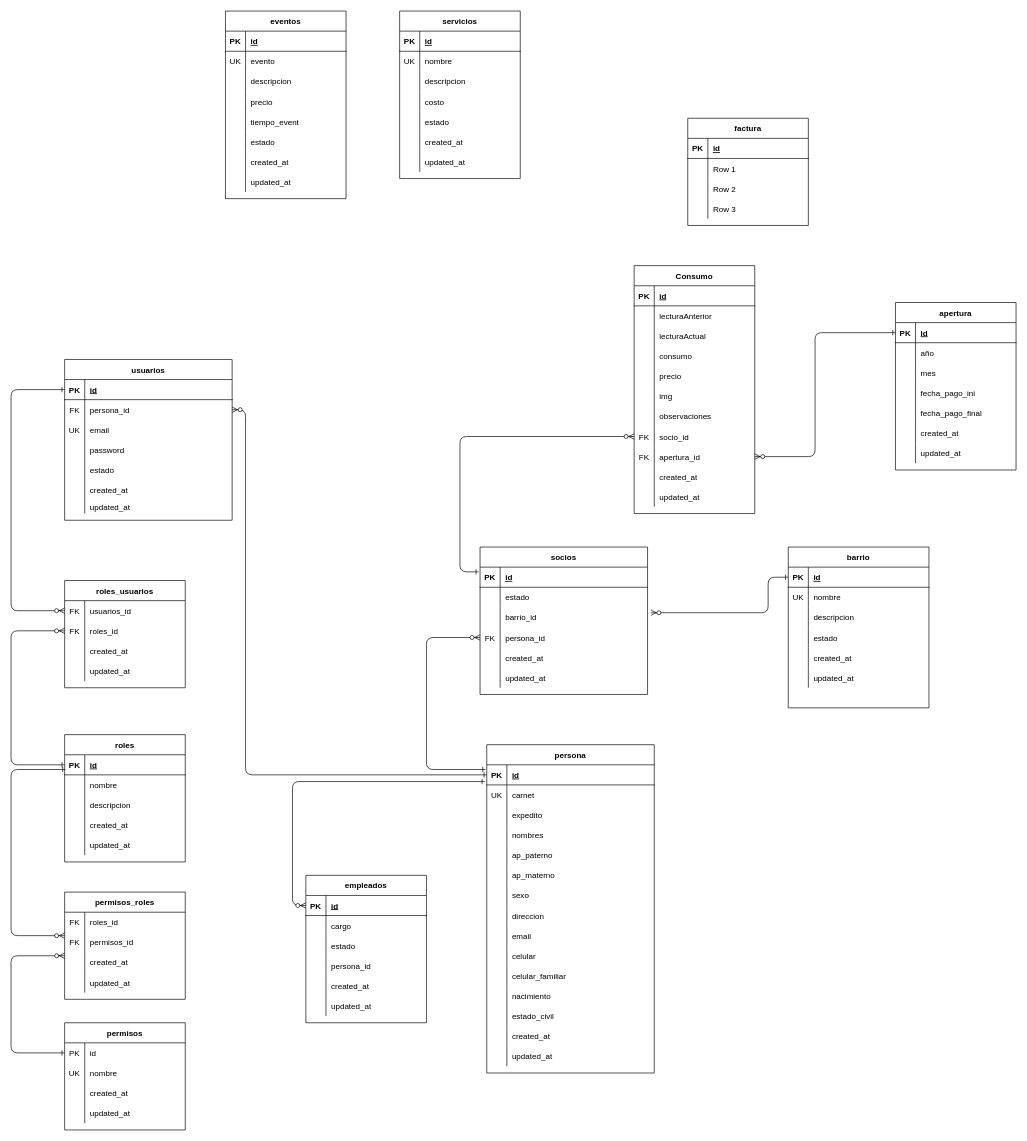
DavidSalinasPoma/backendaguapotable keeps this draw.io diagram as AguaPotable/aguapotable.drawio. Above is the earlier version. Source tidied: cells renumbered, new cells numbered last; positions are measured from the earlier drawing's top-left corner, leaving out a move shared by most shapes. Both pictures are drawn from the tidied source at 67%, with x=0, y=0 at pixel (-36, 11).
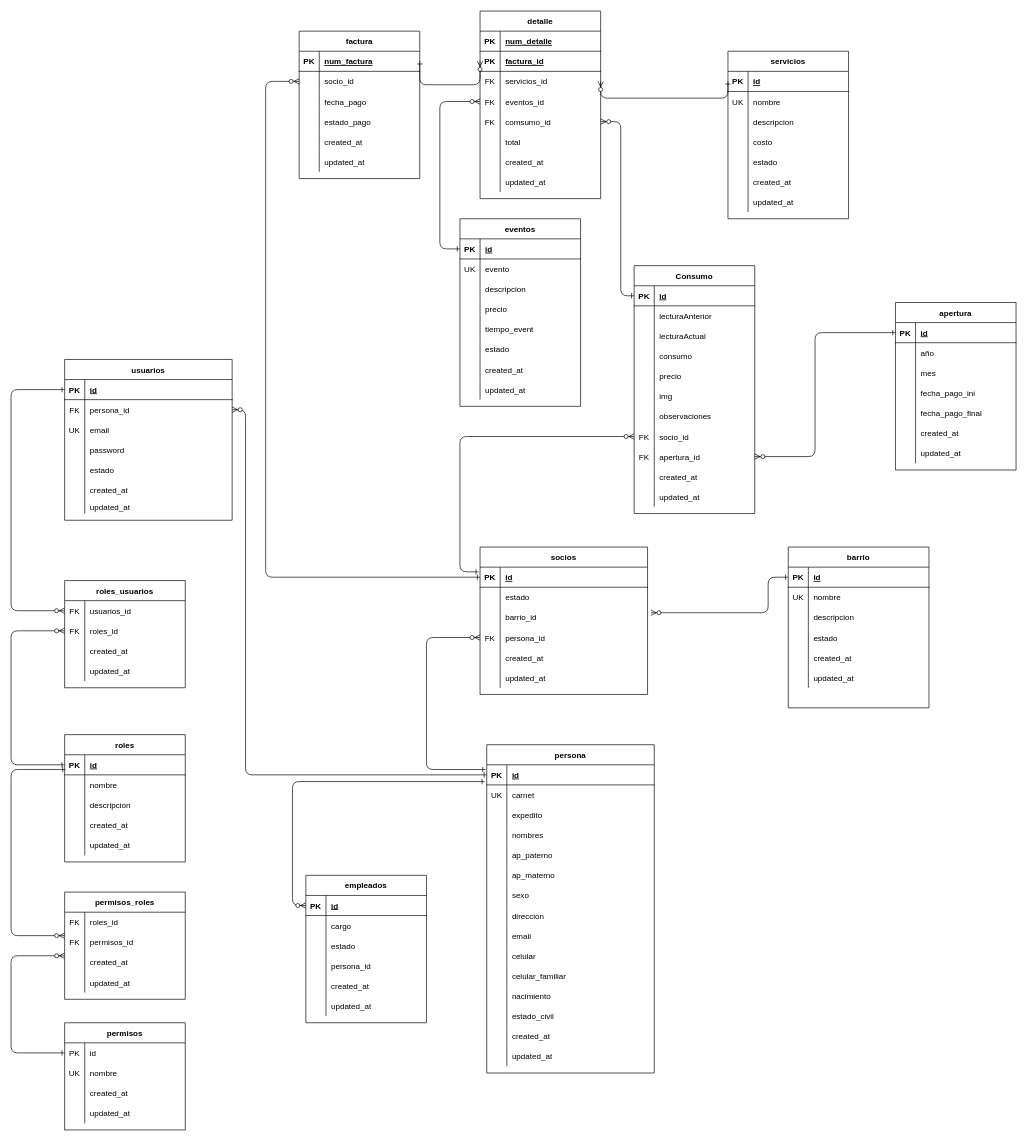
Above is the later version.

Commit message:
Diagrama de facturacion

The change refers to these unchanged cells:
```xml
<mxCell id="49" style="shape=partialRectangle;fillColor=none;points=[[0,0.5],[1,0.5]];portConstraint=eastwest;top=0;left=0;right=0;bottom=1;" parent="48" vertex="1">
  <mxGeometry y="30" width="250" height="30" as="geometry" />
</mxCell>
<mxCell id="109" style="shape=partialRectangle;fillColor=none;top=0;left=0;bottom=1;right=0;points=[[0,0.5],[1,0.5]];portConstraint=eastwest;" parent="108" vertex="1">
  <mxGeometry y="30" width="180" height="30" as="geometry" />
</mxCell>
<mxCell id="173" style="shape=partialRectangle;fillColor=none;top=0;left=0;bottom=1;right=0;points=[[0,0.5],[1,0.5]];portConstraint=eastwest;" parent="172" vertex="1">
  <mxGeometry y="30" width="180" height="30" as="geometry" />
</mxCell>
<mxCell id="195" style="shape=partialRectangle;fillColor=none;top=0;left=0;bottom=1;right=0;points=[[0,0.5],[1,0.5]];portConstraint=eastwest;" parent="194" vertex="1">
  <mxGeometry y="30" width="180" height="30" as="geometry" />
</mxCell>
<mxCell id="253" style="shape=partialRectangle;fillColor=none;top=0;left=0;bottom=1;right=0;points=[[0,0.5],[1,0.5]];portConstraint=eastwest;" parent="252" vertex="1">
  <mxGeometry y="30" width="180" height="30" as="geometry" />
</mxCell>
<mxCell id="256" style="shape=partialRectangle;fillColor=none;top=0;left=0;bottom=0;right=0;points=[[0,0.5],[1,0.5]];portConstraint=eastwest;" parent="252" vertex="1">
  <mxGeometry y="60" width="180" height="30" as="geometry" />
</mxCell>
<mxCell id="259" style="shape=partialRectangle;fillColor=none;top=0;left=0;bottom=0;right=0;" parent="252" vertex="1">
  <mxGeometry y="90" width="180" height="30" as="geometry" />
</mxCell>
```

Change to the diagram source:
```diff
@@
     <mxCell id="108" value="eventos" style="shape=table;startSize=30;childLayout=tableLayout;rowLines=0;fontStyle=1;align=center;" parent="1" vertex="1">
-      <mxGeometry x="390" width="180" height="280" as="geometry" />
+      <mxGeometry x="740" y="310" width="180" height="280" as="geometry" />
     </mxCell>
@@
     <mxCell id="172" value="servicios" style="shape=table;startSize=30;childLayout=tableLayout;rowLines=0;fontStyle=1;align=center;" parent="1" vertex="1">
-      <mxGeometry x="650" width="180" height="250" as="geometry" />
+      <mxGeometry x="1140" y="60" width="180" height="250" as="geometry" />
     </mxCell>
@@
     <mxCell id="252" value="factura" style="shape=table;startSize=30;childLayout=tableLayout;rowLines=0;fontStyle=1;align=center;" parent="1" vertex="1">
-      <mxGeometry x="1080" y="160" width="180" height="160" as="geometry" />
+      <mxGeometry x="500" y="30" width="180" height="220" as="geometry" />
     </mxCell>
@@
-    <mxCell id="255" value="id" style="shape=partialRectangle;fillColor=none;top=0;left=0;bottom=0;right=0;align=left;spacingLeft=6;fontStyle=5;overflow=hidden;" parent="253" vertex="1">
+    <mxCell id="255" value="num_factura" style="shape=partialRectangle;fillColor=none;top=0;left=0;bottom=0;right=0;align=left;spacingLeft=6;fontStyle=5;overflow=hidden;" parent="253" vertex="1">
       <mxGeometry x="30" width="150" height="30" as="geometry" />
     </mxCell>
@@
-    <mxCell id="258" value="Row 1" style="shape=partialRectangle;fillColor=none;top=0;left=0;bottom=0;right=0;align=left;spacingLeft=6;overflow=hidden;" parent="256" vertex="1">
+    <mxCell id="258" value="socio_id" style="shape=partialRectangle;fillColor=none;top=0;left=0;bottom=0;right=0;align=left;spacingLeft=6;overflow=hidden;" parent="256" vertex="1">
       <mxGeometry x="30" width="150" height="30" as="geometry" />
     </mxCell>
@@
-    <mxCell id="261" value="Row 2" style="shape=partialRectangle;fillColor=none;top=0;left=0;bottom=0;right=0;align=left;spacingLeft=6;overflow=hidden;" parent="259" vertex="1">
+    <mxCell id="261" value="fecha_pago" style="shape=partialRectangle;fillColor=none;top=0;left=0;bottom=0;right=0;align=left;spacingLeft=6;overflow=hidden;" parent="259" vertex="1">
       <mxGeometry x="30" width="150" height="30" as="geometry" />
     </mxCell>
+    <mxCell id="308" style="shape=partialRectangle;fillColor=none;top=0;left=0;bottom=0;right=0;" parent="252" vertex="1">
+      <mxGeometry y="120" width="180" height="30" as="geometry" />
+    </mxCell>
+    <mxCell id="309" style="shape=partialRectangle;fillColor=none;top=0;left=0;bottom=0;right=0;overflow=hidden;" parent="308" vertex="1">
+      <mxGeometry width="30" height="30" as="geometry" />
+    </mxCell>
+    <mxCell id="310" value="estado_pago" style="shape=partialRectangle;fillColor=none;top=0;left=0;bottom=0;right=0;align=left;spacingLeft=6;overflow=hidden;" parent="308" vertex="1">
+      <mxGeometry x="30" width="150" height="30" as="geometry" />
+    </mxCell>
     <mxCell id="262" style="shape=partialRectangle;fillColor=none;top=0;left=0;bottom=0;right=0;" parent="252" vertex="1">
-      <mxGeometry y="120" width="180" height="30" as="geometry" />
+      <mxGeometry y="150" width="180" height="30" as="geometry" />
     </mxCell>
@@
-    <mxCell id="264" value="Row 3" style="shape=partialRectangle;fillColor=none;top=0;left=0;bottom=0;right=0;align=left;spacingLeft=6;overflow=hidden;" parent="262" vertex="1">
+    <mxCell id="264" value="created_at" style="shape=partialRectangle;fillColor=none;top=0;left=0;bottom=0;right=0;align=left;spacingLeft=6;overflow=hidden;" parent="262" vertex="1">
       <mxGeometry x="30" width="150" height="30" as="geometry" />
     </mxCell>
+    <mxCell id="311" style="shape=partialRectangle;fillColor=none;top=0;left=0;bottom=0;right=0;" parent="252" vertex="1">
+      <mxGeometry y="180" width="180" height="30" as="geometry" />
+    </mxCell>
+    <mxCell id="312" style="shape=partialRectangle;fillColor=none;top=0;left=0;bottom=0;right=0;overflow=hidden;" parent="311" vertex="1">
+      <mxGeometry width="30" height="30" as="geometry" />
+    </mxCell>
+    <mxCell id="313" value="updated_at" style="shape=partialRectangle;fillColor=none;top=0;left=0;bottom=0;right=0;align=left;spacingLeft=6;overflow=hidden;" parent="311" vertex="1">
+      <mxGeometry x="30" width="150" height="30" as="geometry" />
+    </mxCell>
@@
+    <mxCell id="314" style="edgeStyle=elbowEdgeStyle;endArrow=ERzeroToMany;startArrow=ERone;endFill=1;startFill=0;exitX=0;exitY=0.5;exitDx=0;exitDy=0;entryX=0;entryY=0.5;entryDx=0;entryDy=0;" parent="1" edge="1" source="49" target="256">
+      <mxGeometry relative="1" as="geometry">
+        <Array as="points">
+          <mxPoint x="450" y="470" />
+        </Array>
+      </mxGeometry>
+    </mxCell>
+    <mxCell id="315" value="detalle" style="shape=table;startSize=30;childLayout=tableLayout;rowLines=0;fontStyle=1;align=center;" parent="1" vertex="1">
+      <mxGeometry x="770" width="180" height="280" as="geometry" />
+    </mxCell>
+    <mxCell id="316" style="shape=partialRectangle;fillColor=none;top=0;left=0;bottom=1;right=0;" parent="315" vertex="1">
+      <mxGeometry y="30" width="180" height="30" as="geometry" />
+    </mxCell>
+    <mxCell id="317" value="PK" style="shape=partialRectangle;fillColor=none;top=0;left=0;bottom=0;right=0;fontStyle=1;overflow=hidden;" parent="316" vertex="1">
+      <mxGeometry width="30" height="30" as="geometry" />
+    </mxCell>
+    <mxCell id="318" value="num_detalle" style="shape=partialRectangle;fillColor=none;top=0;left=0;bottom=0;right=0;align=left;spacingLeft=6;fontStyle=5;overflow=hidden;" parent="316" vertex="1">
+      <mxGeometry x="30" width="150" height="30" as="geometry" />
+    </mxCell>
+    <mxCell id="319" style="shape=partialRectangle;fillColor=none;top=0;left=0;bottom=1;right=0;points=[[0,0.5],[1,0.5]];portConstraint=eastwest;" parent="315" vertex="1">
+      <mxGeometry y="60" width="180" height="30" as="geometry" />
+    </mxCell>
+    <mxCell id="320" value="PK" style="shape=partialRectangle;fillColor=none;top=0;left=0;bottom=0;right=0;fontStyle=1;overflow=hidden;" parent="319" vertex="1">
+      <mxGeometry width="30" height="30" as="geometry" />
+    </mxCell>
+    <mxCell id="321" value="factura_id" style="shape=partialRectangle;fillColor=none;top=0;left=0;bottom=0;right=0;align=left;spacingLeft=6;fontStyle=5;overflow=hidden;" parent="319" vertex="1">
+      <mxGeometry x="30" width="150" height="30" as="geometry" />
+    </mxCell>
+    <mxCell id="322" style="shape=partialRectangle;fillColor=none;top=0;left=0;bottom=0;right=0;points=[[0,0.5],[1,0.5]];portConstraint=eastwest;" parent="315" vertex="1">
+      <mxGeometry y="90" width="180" height="30" as="geometry" />
+    </mxCell>
+    <mxCell id="323" value="FK" style="shape=partialRectangle;fillColor=none;top=0;left=0;bottom=0;right=0;overflow=hidden;" parent="322" vertex="1">
+      <mxGeometry width="30" height="30" as="geometry" />
+    </mxCell>
+    <mxCell id="324" value="servicios_id" style="shape=partialRectangle;fillColor=none;top=0;left=0;bottom=0;right=0;align=left;spacingLeft=6;overflow=hidden;" parent="322" vertex="1">
+      <mxGeometry x="30" width="150" height="30" as="geometry" />
+    </mxCell>
+    <mxCell id="325" style="shape=partialRectangle;fillColor=none;top=0;left=0;bottom=0;right=0;points=[[0,0.5],[1,0.5]];portConstraint=eastwest;" parent="315" vertex="1">
+      <mxGeometry y="120" width="180" height="30" as="geometry" />
+    </mxCell>
+    <mxCell id="326" value="FK" style="shape=partialRectangle;fillColor=none;top=0;left=0;bottom=0;right=0;overflow=hidden;" parent="325" vertex="1">
+      <mxGeometry width="30" height="30" as="geometry" />
+    </mxCell>
+    <mxCell id="327" value="eventos_id" style="shape=partialRectangle;fillColor=none;top=0;left=0;bottom=0;right=0;align=left;spacingLeft=6;overflow=hidden;" parent="325" vertex="1">
+      <mxGeometry x="30" width="150" height="30" as="geometry" />
+    </mxCell>
+    <mxCell id="328" style="shape=partialRectangle;fillColor=none;top=0;left=0;bottom=0;right=0;points=[[0,0.5],[1,0.5]];portConstraint=eastwest;" parent="315" vertex="1">
+      <mxGeometry y="150" width="180" height="30" as="geometry" />
+    </mxCell>
+    <mxCell id="329" value="FK" style="shape=partialRectangle;fillColor=none;top=0;left=0;bottom=0;right=0;overflow=hidden;" parent="328" vertex="1">
+      <mxGeometry width="30" height="30" as="geometry" />
+    </mxCell>
+    <mxCell id="330" value="comsumo_id" style="shape=partialRectangle;fillColor=none;top=0;left=0;bottom=0;right=0;align=left;spacingLeft=6;overflow=hidden;" parent="328" vertex="1">
+      <mxGeometry x="30" width="150" height="30" as="geometry" />
+    </mxCell>
+    <mxCell id="331" style="shape=partialRectangle;fillColor=none;top=0;left=0;bottom=0;right=0;" parent="315" vertex="1">
+      <mxGeometry y="180" width="180" height="30" as="geometry" />
+    </mxCell>
+    <mxCell id="332" style="shape=partialRectangle;fillColor=none;top=0;left=0;bottom=0;right=0;overflow=hidden;" parent="331" vertex="1">
+      <mxGeometry width="30" height="30" as="geometry" />
+    </mxCell>
+    <mxCell id="333" value="total" style="shape=partialRectangle;fillColor=none;top=0;left=0;bottom=0;right=0;align=left;spacingLeft=6;overflow=hidden;" parent="331" vertex="1">
+      <mxGeometry x="30" width="150" height="30" as="geometry" />
+    </mxCell>
+    <mxCell id="334" style="shape=partialRectangle;fillColor=none;top=0;left=0;bottom=0;right=0;" parent="315" vertex="1">
+      <mxGeometry y="210" width="180" height="30" as="geometry" />
+    </mxCell>
+    <mxCell id="335" style="shape=partialRectangle;fillColor=none;top=0;left=0;bottom=0;right=0;overflow=hidden;" parent="334" vertex="1">
+      <mxGeometry width="30" height="30" as="geometry" />
+    </mxCell>
+    <mxCell id="336" value="created_at" style="shape=partialRectangle;fillColor=none;top=0;left=0;bottom=0;right=0;align=left;spacingLeft=6;overflow=hidden;" parent="334" vertex="1">
+      <mxGeometry x="30" width="150" height="30" as="geometry" />
+    </mxCell>
+    <mxCell id="337" style="shape=partialRectangle;fillColor=none;top=0;left=0;bottom=0;right=0;" parent="315" vertex="1">
+      <mxGeometry y="240" width="180" height="30" as="geometry" />
+    </mxCell>
+    <mxCell id="338" style="shape=partialRectangle;fillColor=none;top=0;left=0;bottom=0;right=0;overflow=hidden;" parent="337" vertex="1">
+      <mxGeometry width="30" height="30" as="geometry" />
+    </mxCell>
+    <mxCell id="339" value="updated_at" style="shape=partialRectangle;fillColor=none;top=0;left=0;bottom=0;right=0;align=left;spacingLeft=6;overflow=hidden;" parent="337" vertex="1">
+      <mxGeometry x="30" width="150" height="30" as="geometry" />
+    </mxCell>
+    <mxCell id="340" style="edgeStyle=elbowEdgeStyle;endArrow=ERzeroToMany;startArrow=ERone;endFill=1;startFill=0;exitX=0;exitY=0.5;exitDx=0;exitDy=0;entryX=0;entryY=0.5;entryDx=0;entryDy=0;" parent="1" edge="1" source="109" target="325">
+      <mxGeometry relative="1" as="geometry">
+        <Array as="points">
+          <mxPoint x="710" y="280" />
+        </Array>
+      </mxGeometry>
+    </mxCell>
+    <mxCell id="341" style="edgeStyle=elbowEdgeStyle;endArrow=ERzeroToMany;startArrow=ERone;endFill=1;startFill=0;exitX=0;exitY=0.5;exitDx=0;exitDy=0;entryX=1;entryY=0.5;entryDx=0;entryDy=0;" parent="1" edge="1" source="173" target="322">
+      <mxGeometry relative="1" as="geometry">
+        <Array as="points">
+          <mxPoint x="1050" y="130" />
+        </Array>
+      </mxGeometry>
+    </mxCell>
+    <mxCell id="342" style="edgeStyle=elbowEdgeStyle;endArrow=ERzeroToMany;startArrow=ERone;endFill=1;startFill=0;exitX=0;exitY=0.5;exitDx=0;exitDy=0;entryX=1;entryY=0.5;entryDx=0;entryDy=0;" parent="1" edge="1" source="195" target="328">
+      <mxGeometry relative="1" as="geometry">
+        <Array as="points">
+          <mxPoint x="980" y="320" />
+          <mxPoint x="980" y="240" />
+        </Array>
+      </mxGeometry>
+    </mxCell>
+    <mxCell id="343" style="edgeStyle=elbowEdgeStyle;endArrow=ERzeroToMany;startArrow=ERone;endFill=1;startFill=0;exitX=1;exitY=0.5;exitDx=0;exitDy=0;entryX=0;entryY=0.5;entryDx=0;entryDy=0;" parent="1" edge="1" source="253" target="319">
+      <mxGeometry relative="1" as="geometry">
+        <Array as="points">
+          <mxPoint x="730" y="110" />
+        </Array>
+      </mxGeometry>
+    </mxCell>
```
